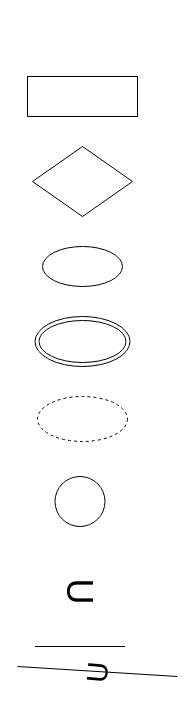
The draw.io diagram Minimundos/padrao_das_figuras.drawio in MarcosWillianAP1K/Trabai-de-BD, before the edit. Source tidied: cells renumbered, new cells numbered last; positions are measured from the earlier drawing's top-left corner, leaving out a move shared by most shapes. Both pictures are drawn from the tidied source at 100%, with x=0, y=0 at pixel (17, 76).
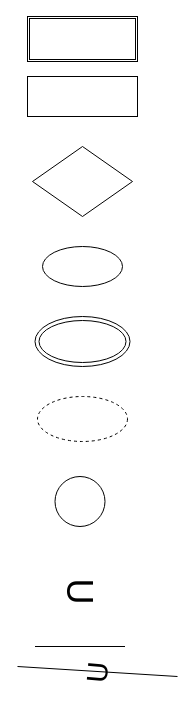
The same page after the edit.

Diff of the diagram source:
```diff
@@
 <mxGraphModel>
   <root>
     <mxCell id="0" />
     <mxCell id="1" parent="0" />
     <mxCell id="2" style="rounded=0;whiteSpace=wrap;html=1;" parent="1" vertex="1">
       <mxGeometry x="10" width="110" height="40" as="geometry" />
     </mxCell>
     <mxCell id="3" style="rhombus;whiteSpace=wrap;html=1;" parent="1" vertex="1">
       <mxGeometry x="15" y="70" width="100" height="70" as="geometry" />
     </mxCell>
     <mxCell id="4" style="ellipse;whiteSpace=wrap;html=1;rotation=0;" parent="1" vertex="1">
       <mxGeometry x="25" y="170" width="80" height="40" as="geometry" />
     </mxCell>
     <mxCell id="5" style="ellipse;whiteSpace=wrap;html=1;" parent="1" vertex="1">
       <mxGeometry x="37.5" y="400" width="50" height="50" as="geometry" />
     </mxCell>
     <mxCell id="6" value="&lt;font style=&quot;font-size: 36px;&quot;&gt;U&lt;/font&gt;" style="text;html=1;strokeColor=none;fillColor=none;align=center;verticalAlign=middle;whiteSpace=wrap;rounded=0;direction=west;rotation=90;" parent="1" vertex="1">
       <mxGeometry x="32.5" y="480" width="60" height="70" as="geometry" />
     </mxCell>
     <mxCell id="7" style="endArrow=none;html=1;exitX=0;exitY=0.5;exitDx=0;exitDy=0;entryX=1;entryY=0.5;entryDx=0;entryDy=0;" parent="1" edge="1">
       <mxGeometry relative="1" as="geometry">
         <mxPoint x="107.5" y="570" as="sourcePoint" />
         <mxPoint x="17.5" y="570" as="targetPoint" />
       </mxGeometry>
     </mxCell>
     <mxCell id="8" style="ellipse;shape=doubleEllipse;whiteSpace=wrap;html=1;" parent="1" vertex="1">
       <mxGeometry x="17.5" y="240" width="95" height="50" as="geometry" />
     </mxCell>
     <mxCell id="9" style="ellipse;whiteSpace=wrap;html=1;align=center;dashed=1;" parent="1" vertex="1">
       <mxGeometry x="20" y="320" width="90" height="45" as="geometry" />
     </mxCell>
     <mxCell id="10" style="endArrow=none;html=1;" parent="1" edge="1">
       <mxGeometry relative="1" as="geometry">
         <mxPoint x="160" y="600" as="sourcePoint" />
         <mxPoint y="590" as="targetPoint" />
       </mxGeometry>
     </mxCell>
     <mxCell id="11" value="U" style="edgeLabel;html=1;align=center;verticalAlign=middle;fontSize=29;rotation=-85;labelBackgroundColor=none;" parent="10" vertex="1">
       <mxGeometry x="0.1" y="3" relative="1" as="geometry">
         <mxPoint x="8" as="offset" />
       </mxGeometry>
     </mxCell>
+    <mxCell id="12" style="shape=ext;double=1;rounded=0;whiteSpace=wrap;html=1;strokeColor=default;fontFamily=Helvetica;fontSize=12;fontColor=default;fillColor=default;" parent="1" vertex="1">
+      <mxGeometry x="10" y="-60" width="110" height="45" as="geometry" />
+    </mxCell>
   </root>
 </mxGraphModel>
```
